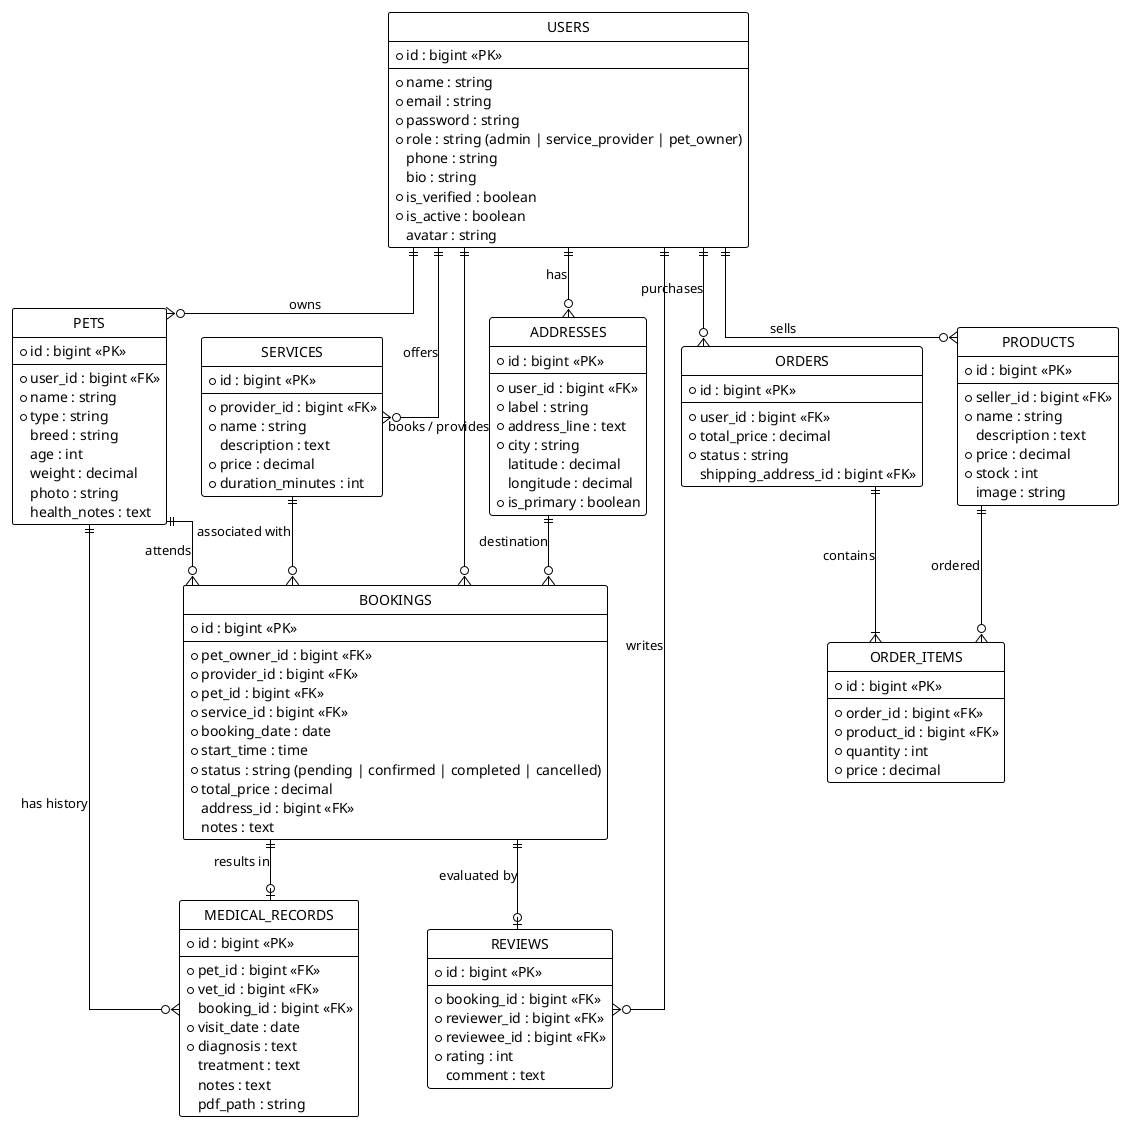
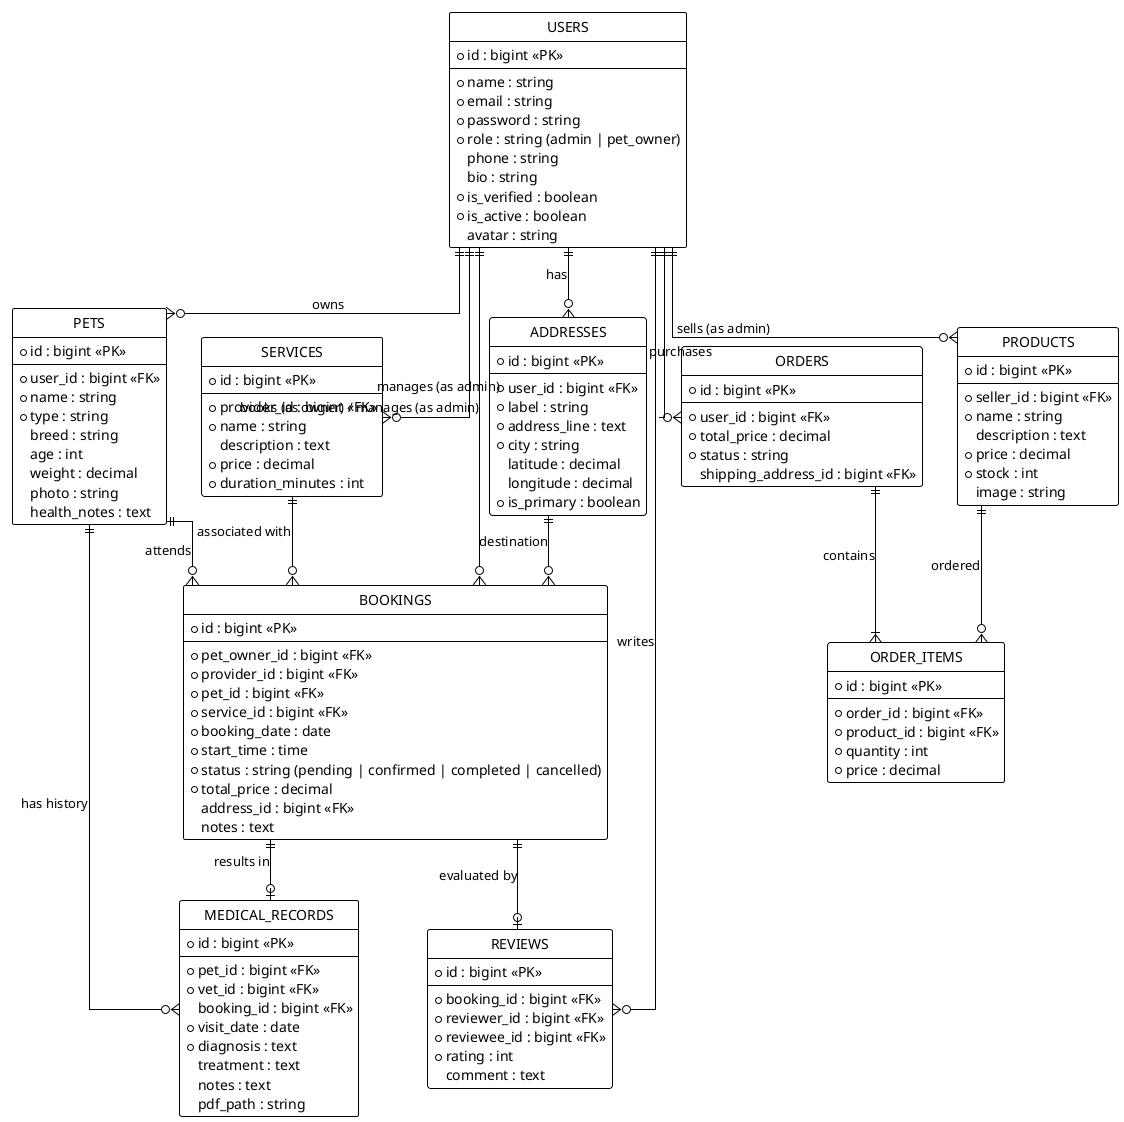
@startuml ERD
!theme plain
hide circle
skinparam linetype ortho

entity "USERS" as users {
  * id : bigint <<PK>>
  --
  * name : string
  * email : string
  * password : string
-   * role : string (admin | service_provider | pet_owner)
+   * role : string (admin | pet_owner)
  phone : string
  bio : string
  * is_verified : boolean
  * is_active : boolean
  avatar : string
}

entity "PETS" as pets {
  * id : bigint <<PK>>
  --
  * user_id : bigint <<FK>>
  * name : string
  * type : string
  breed : string
  age : int
  weight : decimal
  photo : string
  health_notes : text
}

entity "ADDRESSES" as addresses {
  * id : bigint <<PK>>
  --
  * user_id : bigint <<FK>>
  * label : string
  * address_line : text
  * city : string
  latitude : decimal
  longitude : decimal
  * is_primary : boolean
}

entity "SERVICES" as services {
  * id : bigint <<PK>>
  --
  * provider_id : bigint <<FK>>
  * name : string
  description : text
  * price : decimal
  * duration_minutes : int
}

entity "PRODUCTS" as products {
  * id : bigint <<PK>>
  --
  * seller_id : bigint <<FK>>
  * name : string
  description : text
  * price : decimal
  * stock : int
  image : string
}

entity "BOOKINGS" as bookings {
  * id : bigint <<PK>>
  --
  * pet_owner_id : bigint <<FK>>
  * provider_id : bigint <<FK>>
  * pet_id : bigint <<FK>>
  * service_id : bigint <<FK>>
  * booking_date : date
  * start_time : time
  * status : string (pending | confirmed | completed | cancelled)
  * total_price : decimal
  address_id : bigint <<FK>>
  notes : text
}

entity "MEDICAL_RECORDS" as medical_records {
  * id : bigint <<PK>>
  --
  * pet_id : bigint <<FK>>
  * vet_id : bigint <<FK>>
  booking_id : bigint <<FK>>
  * visit_date : date
  * diagnosis : text
  treatment : text
  notes : text
  pdf_path : string
}

entity "REVIEWS" as reviews {
  * id : bigint <<PK>>
  --
  * booking_id : bigint <<FK>>
  * reviewer_id : bigint <<FK>>
  * reviewee_id : bigint <<FK>>
  * rating : int
  comment : text
}

entity "ORDERS" as orders {
  * id : bigint <<PK>>
  --
  * user_id : bigint <<FK>>
  * total_price : decimal
  * status : string
  shipping_address_id : bigint <<FK>>
}

entity "ORDER_ITEMS" as order_items {
  * id : bigint <<PK>>
  --
  * order_id : bigint <<FK>>
  * product_id : bigint <<FK>>
  * quantity : int
  * price : decimal
}

users ||--o{ pets : "owns"
users ||--o{ addresses : "has"
- users ||--o{ services : "offers"
- users ||--o{ products : "sells"
- users ||--o{ bookings : "books / provides"
+ users ||--o{ services : "manages (as admin)"
+ users ||--o{ products : "sells (as admin)"
+ users ||--o{ bookings : "books (as owner) / manages (as admin)"
users ||--o{ orders : "purchases"
users ||--o{ reviews : "writes"

pets ||--o{ bookings : "attends"
pets ||--o{ medical_records : "has history"

services ||--o{ bookings : "associated with"
addresses ||--o{ bookings : "destination"

bookings ||--o| medical_records : "results in"
bookings ||--o| reviews : "evaluated by"

orders ||--|{ order_items : "contains"
products ||--o{ order_items : "ordered"
@enduml
